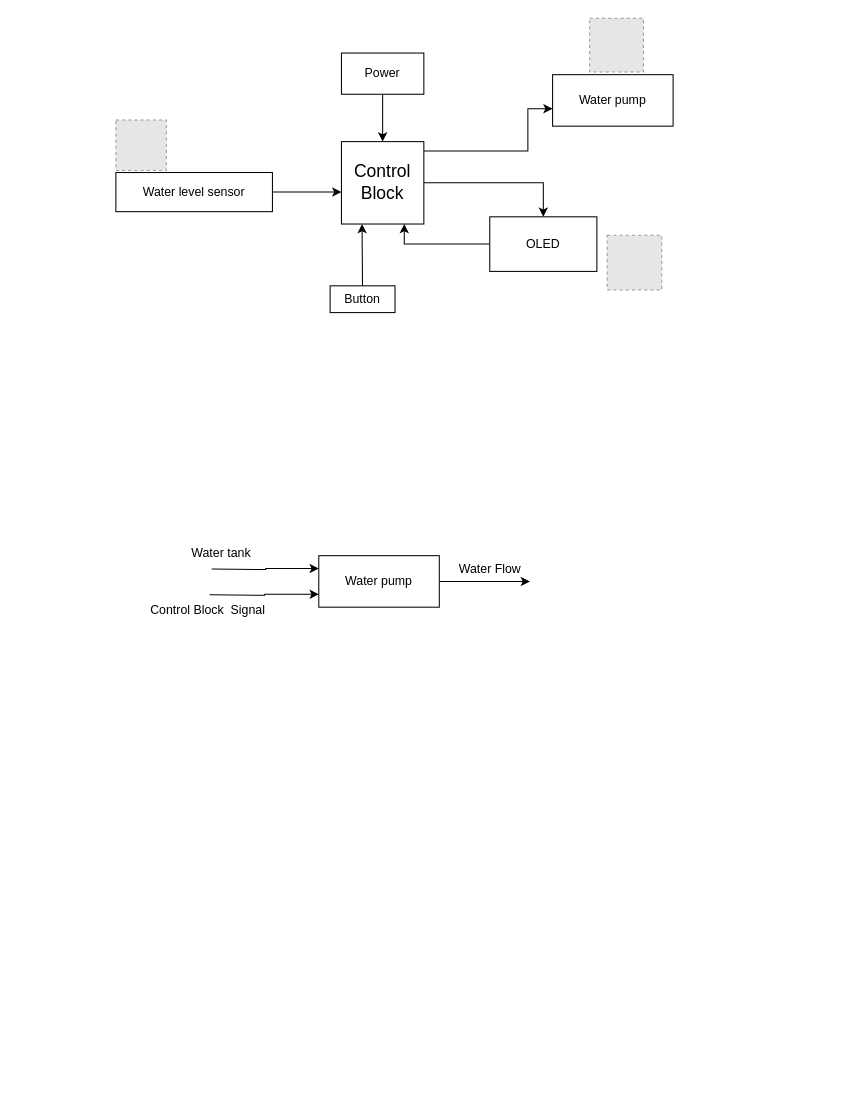
Before: Untitled Diagram.drawio in anhkhangluu/test-project, a draw.io diagram. Source tidied: cells renumbered, new cells numbered last; positions are measured from the earlier drawing's top-left corner, leaving out a move shared by most shapes. Both pictures are drawn from the tidied source at 103%, with x=0, y=0 at pixel (115, 18). Pictures stored in the file or linked from it are replaced by grey dashed boxes.
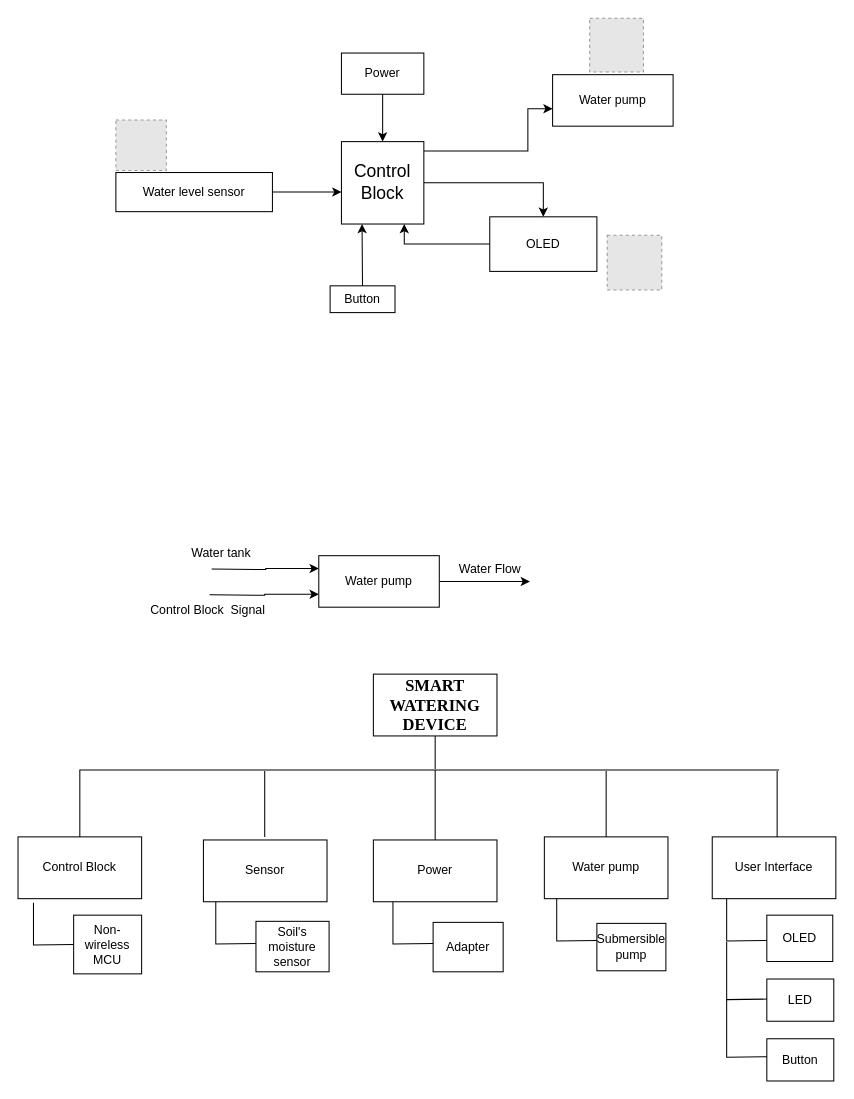
The same diagram, later.

The edit, as a diff of the source:
```diff
@@
+    <mxCell id="24" value="&lt;span id=&quot;docs-internal-guid-7c5bade0-7fff-5c91-c0e2-b8e16eeddc03&quot;&gt;&lt;p dir=&quot;ltr&quot; style=&quot;line-height: 1.2 ; margin-top: 12pt ; margin-bottom: 12pt&quot;&gt;&lt;span style=&quot;font-size: 12pt ; font-family: &amp;#34;times new roman&amp;#34; ; background-color: transparent ; font-weight: 700 ; vertical-align: baseline&quot;&gt;SMART WATERING DEVICE&lt;/span&gt;&lt;/p&gt;&lt;/span&gt;" style="rounded=0;whiteSpace=wrap;html=1;" parent="1" vertex="1">
+      <mxGeometry x="250" y="637" width="120" height="60" as="geometry" />
+    </mxCell>
+    <mxCell id="25" value="Sensor" style="rounded=0;whiteSpace=wrap;html=1;" parent="1" vertex="1">
+      <mxGeometry x="85" y="798" width="120" height="60" as="geometry" />
+    </mxCell>
+    <mxCell id="26" value="Control Block" style="rounded=0;whiteSpace=wrap;html=1;" parent="1" vertex="1">
+      <mxGeometry x="-95" y="795" width="120" height="60" as="geometry" />
+    </mxCell>
+    <mxCell id="27" value="Power" style="rounded=0;whiteSpace=wrap;html=1;" parent="1" vertex="1">
+      <mxGeometry x="250" y="798" width="120" height="60" as="geometry" />
+    </mxCell>
+    <mxCell id="28" value="User Interface" style="rounded=0;whiteSpace=wrap;html=1;" parent="1" vertex="1">
+      <mxGeometry x="579" y="795" width="120" height="60" as="geometry" />
+    </mxCell>
+    <mxCell id="29" value="Soil's moisture sensor" style="rounded=0;whiteSpace=wrap;html=1;" parent="1" vertex="1">
+      <mxGeometry x="136" y="877" width="71" height="49" as="geometry" />
+    </mxCell>
+    <mxCell id="30" value="Non-wireless MCU" style="rounded=0;whiteSpace=wrap;html=1;" parent="1" vertex="1">
+      <mxGeometry x="-41" y="871" width="66" height="57" as="geometry" />
+    </mxCell>
+    <mxCell id="31" value="Water pump" style="rounded=0;whiteSpace=wrap;html=1;" parent="1" vertex="1">
+      <mxGeometry x="416" y="795" width="120" height="60" as="geometry" />
+    </mxCell>
+    <mxCell id="32" value="Adapter" style="rounded=0;whiteSpace=wrap;html=1;" parent="1" vertex="1">
+      <mxGeometry x="308" y="878" width="68" height="48" as="geometry" />
+    </mxCell>
+    <mxCell id="33" value="Submersible pump" style="rounded=0;whiteSpace=wrap;html=1;" parent="1" vertex="1">
+      <mxGeometry x="467" y="879" width="67" height="46" as="geometry" />
+    </mxCell>
+    <mxCell id="34" value="OLED" style="rounded=0;whiteSpace=wrap;html=1;" parent="1" vertex="1">
+      <mxGeometry x="632" y="871" width="64" height="45" as="geometry" />
+    </mxCell>
+    <mxCell id="35" value="Button" style="rounded=0;whiteSpace=wrap;html=1;" parent="1" vertex="1">
+      <mxGeometry x="632" y="991" width="65" height="41" as="geometry" />
+    </mxCell>
+    <mxCell id="36" value="LED" style="rounded=0;whiteSpace=wrap;html=1;" parent="1" vertex="1">
+      <mxGeometry x="632" y="933" width="65" height="41" as="geometry" />
+    </mxCell>
+    <mxCell id="37" style="endArrow=none;html=1;rounded=0;exitX=0.5;exitY=0;exitDx=0;exitDy=0;" parent="1" edge="1" source="26">
+      <mxGeometry relative="1" as="geometry">
+        <mxPoint x="644" y="730" as="targetPoint" />
+        <Array as="points">
+          <mxPoint x="-35" y="730" />
+        </Array>
+      </mxGeometry>
+    </mxCell>
+    <mxCell id="38" style="endArrow=none;html=1;rounded=0;exitX=0.5;exitY=0;exitDx=0;exitDy=0;" parent="1" edge="1" source="31">
+      <mxGeometry relative="1" as="geometry">
+        <mxPoint x="476" y="731" as="targetPoint" />
+      </mxGeometry>
+    </mxCell>
+    <mxCell id="39" style="endArrow=none;html=1;rounded=0;exitX=0.5;exitY=0;exitDx=0;exitDy=0;" parent="1" edge="1">
+      <mxGeometry relative="1" as="geometry">
+        <mxPoint x="144.5" y="795" as="sourcePoint" />
+        <mxPoint x="144.5" y="731" as="targetPoint" />
+      </mxGeometry>
+    </mxCell>
+    <mxCell id="40" style="endArrow=none;html=1;rounded=0;exitX=0.5;exitY=0;exitDx=0;exitDy=0;" parent="1" edge="1">
+      <mxGeometry relative="1" as="geometry">
+        <mxPoint x="642" y="795" as="sourcePoint" />
+        <mxPoint x="642" y="731" as="targetPoint" />
+      </mxGeometry>
+    </mxCell>
+    <mxCell id="41" style="endArrow=none;html=1;rounded=0;entryX=0.5;entryY=1;entryDx=0;entryDy=0;" parent="1" edge="1" target="24">
+      <mxGeometry relative="1" as="geometry">
+        <mxPoint x="310" y="729" as="sourcePoint" />
+      </mxGeometry>
+    </mxCell>
+    <mxCell id="42" style="endArrow=none;html=1;rounded=0;exitX=0.5;exitY=0;exitDx=0;exitDy=0;" parent="1" edge="1" source="27">
+      <mxGeometry relative="1" as="geometry">
+        <mxPoint x="310" y="730" as="targetPoint" />
+      </mxGeometry>
+    </mxCell>
+    <mxCell id="43" style="endArrow=none;html=1;rounded=0;entryX=0.125;entryY=1.067;entryDx=0;entryDy=0;entryPerimeter=0;exitX=0;exitY=0.5;exitDx=0;exitDy=0;" parent="1" edge="1" source="30" target="26">
+      <mxGeometry relative="1" as="geometry">
+        <Array as="points">
+          <mxPoint x="-80" y="900" />
+        </Array>
+      </mxGeometry>
+    </mxCell>
+    <mxCell id="44" style="endArrow=none;html=1;rounded=0;entryX=0.125;entryY=1.067;entryDx=0;entryDy=0;entryPerimeter=0;exitX=0;exitY=0.5;exitDx=0;exitDy=0;" parent="1" edge="1">
+      <mxGeometry relative="1" as="geometry">
+        <mxPoint x="136" y="898.5" as="sourcePoint" />
+        <mxPoint x="97" y="858" as="targetPoint" />
+        <Array as="points">
+          <mxPoint x="97" y="899" />
+        </Array>
+      </mxGeometry>
+    </mxCell>
+    <mxCell id="45" style="endArrow=none;html=1;rounded=0;entryX=0.125;entryY=1.067;entryDx=0;entryDy=0;entryPerimeter=0;exitX=0;exitY=0.5;exitDx=0;exitDy=0;" parent="1" edge="1">
+      <mxGeometry relative="1" as="geometry">
+        <mxPoint x="308" y="898.5" as="sourcePoint" />
+        <mxPoint x="269" y="858" as="targetPoint" />
+        <Array as="points">
+          <mxPoint x="269" y="899" />
+        </Array>
+      </mxGeometry>
+    </mxCell>
+    <mxCell id="46" style="endArrow=none;html=1;rounded=0;entryX=0.125;entryY=1.067;entryDx=0;entryDy=0;entryPerimeter=0;exitX=0;exitY=0.5;exitDx=0;exitDy=0;" parent="1" edge="1">
+      <mxGeometry relative="1" as="geometry">
+        <mxPoint x="467" y="895.5" as="sourcePoint" />
+        <mxPoint x="428" y="855" as="targetPoint" />
+        <Array as="points">
+          <mxPoint x="428" y="896" />
+        </Array>
+      </mxGeometry>
+    </mxCell>
+    <mxCell id="47" style="endArrow=none;html=1;rounded=0;entryX=0.125;entryY=1.067;entryDx=0;entryDy=0;entryPerimeter=0;exitX=0;exitY=0.5;exitDx=0;exitDy=0;" parent="1" edge="1">
+      <mxGeometry relative="1" as="geometry">
+        <mxPoint x="632" y="895.5" as="sourcePoint" />
+        <mxPoint x="593" y="855" as="targetPoint" />
+        <Array as="points">
+          <mxPoint x="593" y="896" />
+        </Array>
+      </mxGeometry>
+    </mxCell>
+    <mxCell id="48" style="endArrow=none;html=1;rounded=0;exitX=0;exitY=0.5;exitDx=0;exitDy=0;" parent="1" edge="1">
+      <mxGeometry relative="1" as="geometry">
+        <mxPoint x="632" y="952.5" as="sourcePoint" />
+        <mxPoint x="593" y="897" as="targetPoint" />
+        <Array as="points">
+          <mxPoint x="593" y="953" />
+        </Array>
+      </mxGeometry>
+    </mxCell>
+    <mxCell id="49" style="endArrow=none;html=1;rounded=0;exitX=0;exitY=0.5;exitDx=0;exitDy=0;" parent="1" edge="1">
+      <mxGeometry relative="1" as="geometry">
+        <mxPoint x="632" y="1008.5" as="sourcePoint" />
+        <mxPoint x="593" y="953" as="targetPoint" />
+        <Array as="points">
+          <mxPoint x="593" y="1009" />
+        </Array>
+      </mxGeometry>
+    </mxCell>
```
